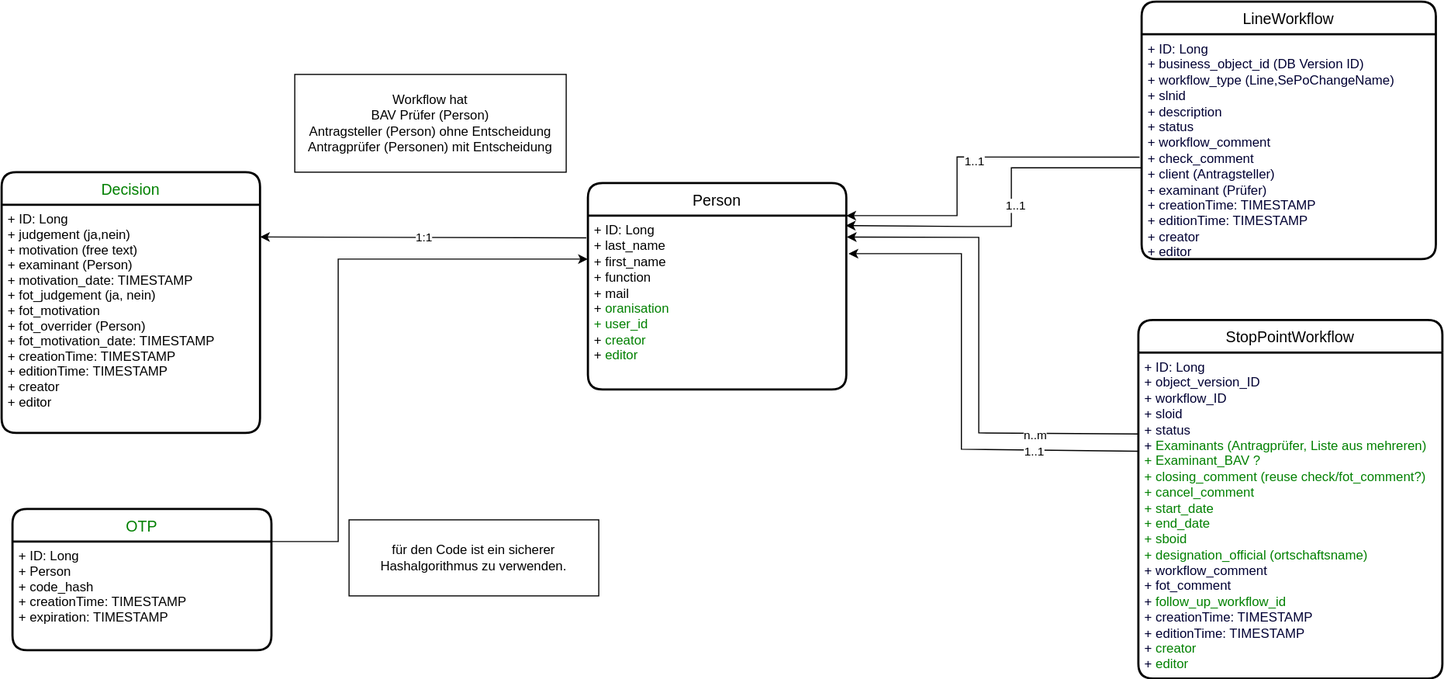
The draw.io diagram workflow/documentation/workflow-service-db.drawio.svg in SchweizerischeBundesbahnen/atlas, before a commit. Source tidied: cells renumbered, new cells last; positions are measured from the earlier drawing's top-left corner, leaving out a move shared by most shapes.
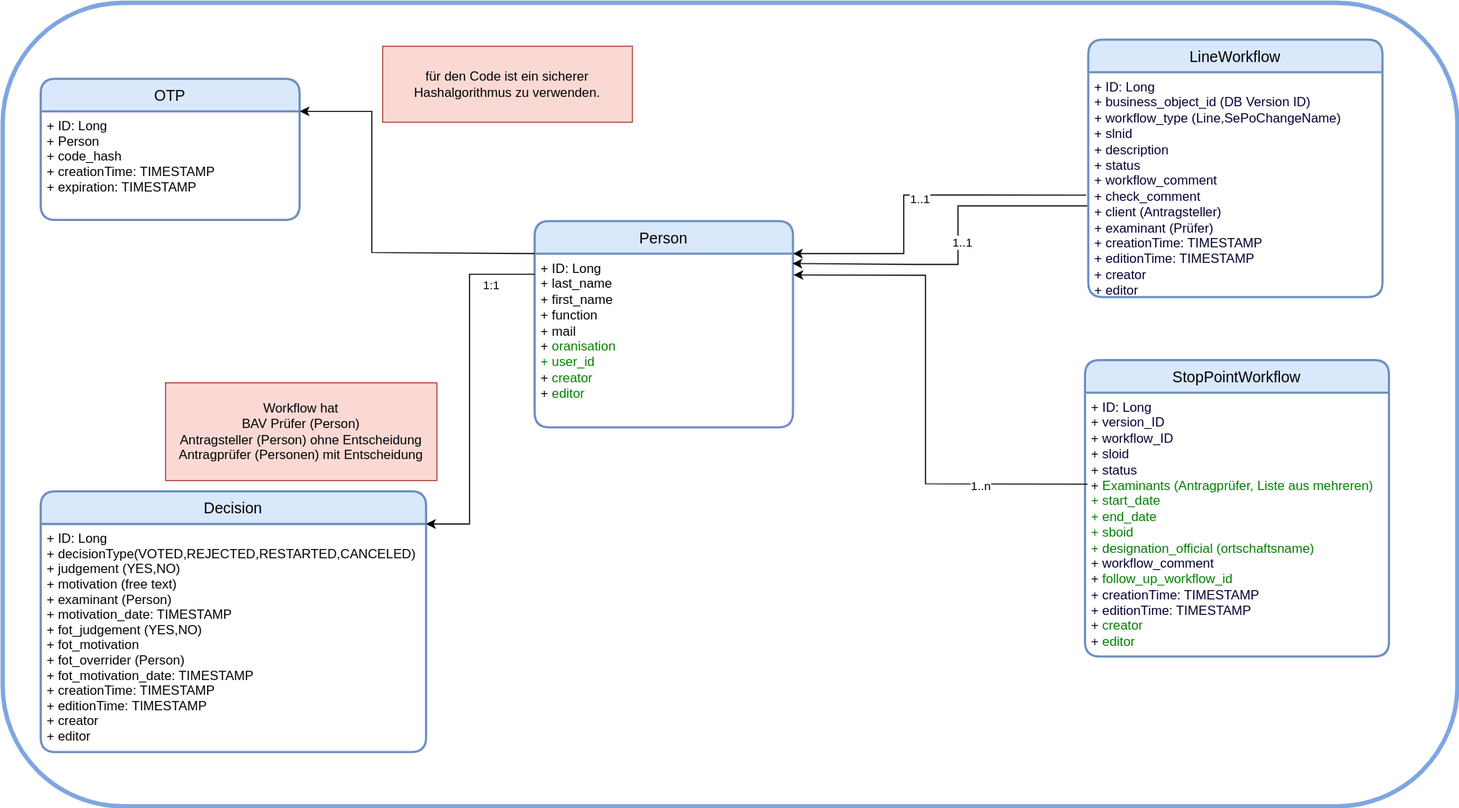
The same diagram one commit later.

Diff of the diagram source:
```diff
@@ -2,98 +2,95 @@
   <root>
     <mxCell id="0" />
     <mxCell id="1" parent="0" />
+    <mxCell id="24" style="rounded=1;whiteSpace=wrap;html=1;fillColor=none;strokeColor=#7EA6E0;strokeWidth=4;" parent="1" vertex="1">
+      <mxGeometry x="60" y="-24" width="1340" height="740" as="geometry" />
+    </mxCell>
-    <mxCell id="2" value="StopPointWorkflow" style="swimlane;horizontal=1;startSize=30;rounded=1;fontSize=14;fontStyle=0;strokeWidth=2;shadow=0;dashed=0;align=center;" parent="1" vertex="1">
-      <mxGeometry x="1047" y="293" width="280" height="330" as="geometry" />
+    <mxCell id="2" value="StopPointWorkflow" style="swimlane;horizontal=1;startSize=30;rounded=1;fontSize=14;fontStyle=0;strokeWidth=2;shadow=0;dashed=0;align=center;fillColor=#dae8fc;strokeColor=#6c8ebf;" parent="1" vertex="1">
+      <mxGeometry x="1057" y="305" width="280" height="273" as="geometry" />
     </mxCell>
-    <mxCell id="3" value="+ ID: Long&lt;div&gt;+ object_version_ID&lt;br&gt;+ workflow_ID&lt;/div&gt;&lt;div&gt;+ sloid&lt;br&gt;+ status&lt;br&gt;&lt;div&gt;+ &lt;font color=&quot;#008000&quot;&gt;Examinants (Antragprüfer, Liste aus mehreren)&lt;/font&gt;&lt;/div&gt;&lt;div&gt;&lt;font color=&quot;#008000&quot;&gt;+ Examinant_BAV ?&lt;/font&gt;&lt;/div&gt;&lt;div&gt;&lt;font color=&quot;#008000&quot;&gt;+ closing_comment (reuse check/fot_comment?)&lt;br&gt;&lt;/font&gt;&lt;div&gt;&lt;font color=&quot;#008000&quot;&gt;+ cancel_comment&lt;/font&gt;&lt;/div&gt;&lt;font color=&quot;#008000&quot;&gt;+ start_date&lt;/font&gt;&lt;font color=&quot;#008000&quot;&gt;&lt;br&gt;&lt;/font&gt;&lt;div&gt;&lt;font color=&quot;#008000&quot;&gt;+ end_date&lt;/font&gt;&lt;font color=&quot;#008000&quot;&gt;&lt;br&gt;&lt;/font&gt;&lt;div&gt;&lt;font color=&quot;#008000&quot;&gt;+ sboid&lt;/font&gt;&lt;/div&gt;&lt;/div&gt;&lt;/div&gt;&lt;div&gt;&lt;font color=&quot;#008000&quot;&gt;+ designation_official (ortschaftsname)&lt;/font&gt;&lt;/div&gt;+ workflow_comment&lt;br&gt;&lt;div&gt;+ fot_comment&lt;/div&gt;&lt;div&gt;+ &lt;font color=&quot;#008000&quot;&gt;follow_up_workflow_id&lt;/font&gt;&lt;br&gt;&lt;/div&gt;+ creationTime: TIMESTAMP&lt;br&gt;+ editionTime: TIMESTAMP&lt;br&gt;+ &lt;font color=&quot;#008000&quot; style=&quot;font-size: 12px;&quot;&gt;creator&lt;/font&gt;&lt;br&gt;+ &lt;font color=&quot;#008000&quot;&gt;editor&lt;/font&gt;&lt;/div&gt;" style="align=left;strokeColor=none;fillColor=none;spacingLeft=4;fontSize=12;verticalAlign=top;fontColor=#000033;html=1;" parent="2" vertex="1">
-      <mxGeometry y="30" width="280" height="300" as="geometry" />
-    </mxCell>
+    <mxCell id="25" value="+ ID: Long&lt;div&gt;+ version_ID&lt;br&gt;+ workflow_ID&lt;/div&gt;&lt;div&gt;+ sloid&lt;br&gt;+ status&lt;br&gt;&lt;div&gt;+ &lt;font color=&quot;#008000&quot;&gt;Examinants (Antragprüfer, Liste aus mehreren)&lt;/font&gt;&lt;/div&gt;&lt;div&gt;&lt;font color=&quot;#008000&quot;&gt;+ start_date&lt;/font&gt;&lt;font color=&quot;#008000&quot;&gt;&lt;br&gt;&lt;/font&gt;&lt;div&gt;&lt;font color=&quot;#008000&quot;&gt;+ end_date&lt;/font&gt;&lt;font color=&quot;#008000&quot;&gt;&lt;br&gt;&lt;/font&gt;&lt;div&gt;&lt;font color=&quot;#008000&quot;&gt;+ sboid&lt;/font&gt;&lt;/div&gt;&lt;/div&gt;&lt;/div&gt;&lt;div&gt;&lt;font color=&quot;#008000&quot;&gt;+ designation_official (ortschaftsname)&lt;/font&gt;&lt;/div&gt;+ workflow_comment&lt;div&gt;+ &lt;font color=&quot;#008000&quot;&gt;follow_up_workflow_id&lt;/font&gt;&lt;br&gt;&lt;/div&gt;+ creationTime: TIMESTAMP&lt;br&gt;+ editionTime: TIMESTAMP&lt;br&gt;+ &lt;font color=&quot;#008000&quot; style=&quot;font-size: 12px;&quot;&gt;creator&lt;/font&gt;&lt;br&gt;+ &lt;font color=&quot;#008000&quot;&gt;editor&lt;/font&gt;&lt;/div&gt;" style="align=left;strokeColor=none;fillColor=none;spacingLeft=4;fontSize=12;verticalAlign=top;fontColor=#000033;html=1;" parent="2" vertex="1">
+      <mxGeometry y="30" width="280" height="243" as="geometry" />
+    </mxCell>
-    <mxCell id="4" value="Person" style="swimlane;horizontal=1;startSize=30;rounded=1;fontSize=14;fontStyle=0;strokeWidth=2;shadow=0;dashed=0;align=center;" parent="1" vertex="1">
-      <mxGeometry x="540" y="167" width="238" height="190" as="geometry" />
+    <mxCell id="4" value="Person" style="swimlane;horizontal=1;startSize=30;rounded=1;fontSize=14;fontStyle=0;strokeWidth=2;shadow=0;dashed=0;align=center;fillColor=#dae8fc;strokeColor=#6c8ebf;" parent="1" vertex="1">
+      <mxGeometry x="550" y="177" width="238" height="190" as="geometry" />
     </mxCell>
     <mxCell id="5" value="+ ID: Long&lt;br&gt;+ last_name&lt;br&gt;+ first_name&lt;br&gt;+ function&lt;br&gt;+ mail&lt;br&gt;&lt;div&gt;+ &lt;font color=&quot;#008000&quot;&gt;oranisation&lt;/font&gt;&lt;/div&gt;&lt;div&gt;&lt;font color=&quot;#008000&quot;&gt;+ user_id&lt;br&gt;&lt;/font&gt;&lt;/div&gt;&lt;div&gt;+ &lt;font color=&quot;#008000&quot; style=&quot;font-size: 12px;&quot;&gt;creator&lt;/font&gt;&lt;br&gt;+ &lt;font color=&quot;#008000&quot;&gt;editor&lt;/font&gt;&lt;/div&gt;" style="align=left;strokeColor=none;fillColor=none;spacingLeft=4;fontSize=12;verticalAlign=top;fontColor=#000000;html=1;" parent="4" vertex="1">
       <mxGeometry y="30" width="238" height="160" as="geometry" />
     </mxCell>
-    <mxCell id="6" value="Decision" style="swimlane;horizontal=1;startSize=30;rounded=1;fontSize=14;fontStyle=0;strokeWidth=2;shadow=0;dashed=0;align=center;fontColor=#008000;" parent="1" vertex="1">
-      <mxGeometry y="157" width="238" height="240" as="geometry" />
+    <mxCell id="6" value="Decision" style="swimlane;horizontal=1;startSize=30;rounded=1;fontSize=14;fontStyle=0;strokeWidth=2;shadow=0;dashed=0;align=center;fillColor=#dae8fc;strokeColor=#6c8ebf;" parent="1" vertex="1">
+      <mxGeometry x="95" y="426" width="355" height="240" as="geometry" />
     </mxCell>
-    <mxCell id="7" value="+ ID: Long&#10;+ judgement (ja,nein)&#10;+ motivation (free text)&#10;+ examinant (Person)&#10;+ motivation_date: TIMESTAMP&#10;+ fot_judgement (ja, nein)&#10;+ fot_motivation&#10;+ fot_overrider (Person)&#10;+ fot_motivation_date: TIMESTAMP&#10;+ creationTime: TIMESTAMP&#10;+ editionTime: TIMESTAMP&#10;+ creator&#10;+ editor&#10;" style="align=left;strokeColor=none;fillColor=none;spacingLeft=4;fontSize=12;verticalAlign=top;" parent="6" vertex="1">
-      <mxGeometry y="30" width="238" height="210" as="geometry" />
-    </mxCell>
+    <mxCell id="26" value="+ ID: Long&#10;+ decisionType(VOTED,REJECTED,RESTARTED,CANCELED)&#10;+ judgement (YES,NO)&#10;+ motivation (free text)&#10;+ examinant (Person)&#10;+ motivation_date: TIMESTAMP&#10;+ fot_judgement (YES,NO)&#10;+ fot_motivation&#10;+ fot_overrider (Person)&#10;+ fot_motivation_date: TIMESTAMP&#10;+ creationTime: TIMESTAMP&#10;+ editionTime: TIMESTAMP&#10;+ creator&#10;+ editor&#10;" style="align=left;strokeColor=none;fillColor=none;spacingLeft=4;fontSize=12;verticalAlign=top;" parent="6" vertex="1">
+      <mxGeometry y="30" width="355" height="210" as="geometry" />
+    </mxCell>
-    <mxCell id="8" value="OTP" style="swimlane;horizontal=1;startSize=30;rounded=1;fontSize=14;fontStyle=0;strokeWidth=2;shadow=0;dashed=0;align=center;fontColor=#008000;" parent="1" vertex="1">
-      <mxGeometry x="10" y="467" width="238.5" height="130" as="geometry" />
+    <mxCell id="8" value="OTP" style="swimlane;horizontal=1;startSize=30;rounded=1;fontSize=14;fontStyle=0;strokeWidth=2;shadow=0;dashed=0;align=center;fillColor=#dae8fc;strokeColor=#6c8ebf;" parent="1" vertex="1">
+      <mxGeometry x="95" y="46" width="238.5" height="130" as="geometry" />
     </mxCell>
     <mxCell id="9" value="+ ID: Long&#10;+ Person&#10;+ code_hash&#10;+ creationTime: TIMESTAMP&#10;+ expiration: TIMESTAMP&#10;" style="align=left;strokeColor=none;fillColor=none;spacingLeft=4;fontSize=12;verticalAlign=top;" parent="8" vertex="1">
       <mxGeometry y="30" width="238.5" height="100" as="geometry" />
     </mxCell>
-    <mxCell id="10" value="&lt;div&gt;1:1&lt;/div&gt;" style="endArrow=classic;html=1;rounded=0;exitX=-0.006;exitY=0.128;exitDx=0;exitDy=0;exitPerimeter=0;entryX=1;entryY=0.141;entryDx=0;entryDy=0;entryPerimeter=0;" parent="1" edge="1" source="5" target="7">
-      <mxGeometry relative="1" as="geometry" />
+    <mxCell id="10" value="&lt;div&gt;1:1&lt;/div&gt;" style="endArrow=classic;html=1;rounded=0;entryX=1;entryY=0;entryDx=0;entryDy=0;" parent="1" edge="1" target="26">
+      <mxGeometry x="-0.76" y="10" relative="1" as="geometry">
+        <mxPoint x="550" y="226" as="sourcePoint" />
+        <Array as="points">
+          <mxPoint x="490" y="226" />
+          <mxPoint x="490" y="456" />
+        </Array>
+      </mxGeometry>
     </mxCell>
-    <mxCell id="11" style="endArrow=classic;html=1;rounded=0;exitX=1;exitY=0;exitDx=0;exitDy=0;entryX=0;entryY=0.25;entryDx=0;entryDy=0;" parent="1" edge="1" source="9" target="5">
+    <mxCell id="11" style="endArrow=none;html=1;rounded=0;exitX=1;exitY=0;exitDx=0;exitDy=0;entryX=0;entryY=0;entryDx=0;entryDy=0;endFill=0;startArrow=classic;startFill=1;" parent="1" edge="1" source="9" target="5">
       <mxGeometry relative="1" as="geometry">
         <Array as="points">
-          <mxPoint x="310" y="497" />
-          <mxPoint x="310" y="237" />
+          <mxPoint x="400" y="76" />
+          <mxPoint x="400" y="206" />
         </Array>
       </mxGeometry>
     </mxCell>
-    <mxCell id="12" value="&lt;div&gt;Workflow hat&lt;/div&gt;&lt;div&gt;BAV Prüfer (Person)&lt;/div&gt;&lt;div&gt;Antragsteller (Person) ohne Entscheidung&lt;/div&gt;&lt;div&gt;Antragprüfer (Personen) mit Entscheidung&lt;br&gt;&lt;/div&gt;" style="rounded=0;whiteSpace=wrap;html=1;" parent="1" vertex="1">
-      <mxGeometry x="270" y="67" width="250" height="90" as="geometry" />
+    <mxCell id="12" value="&lt;div&gt;Workflow hat&lt;/div&gt;&lt;div&gt;BAV Prüfer (Person)&lt;/div&gt;&lt;div&gt;Antragsteller (Person) ohne Entscheidung&lt;/div&gt;&lt;div&gt;Antragprüfer (Personen) mit Entscheidung&lt;br&gt;&lt;/div&gt;" style="rounded=0;whiteSpace=wrap;html=1;fillColor=#fad9d5;strokeColor=#ae4132;" parent="1" vertex="1">
+      <mxGeometry x="210" y="326" width="250" height="90" as="geometry" />
     </mxCell>
-    <mxCell id="13" value="für den Code ist ein sicherer Hashalgorithmus zu verwenden." style="rounded=0;whiteSpace=wrap;html=1;" parent="1" vertex="1">
-      <mxGeometry x="320" y="477" width="230" height="70" as="geometry" />
+    <mxCell id="13" value="für den Code ist ein sicherer Hashalgorithmus zu verwenden." style="rounded=0;whiteSpace=wrap;html=1;fillColor=#fad9d5;strokeColor=#ae4132;" parent="1" vertex="1">
+      <mxGeometry x="410" y="16" width="230" height="70" as="geometry" />
     </mxCell>
-    <mxCell id="14" style="endArrow=classic;html=1;rounded=0;exitX=-0.007;exitY=0.561;exitDx=0;exitDy=0;exitPerimeter=0;entryX=1;entryY=0;entryDx=0;entryDy=0;" parent="1" edge="1" target="5">
-      <mxGeometry relative="1" as="geometry">
-        <mxPoint x="1048.1" y="143.1" as="sourcePoint" />
-        <Array as="points">
-          <mxPoint x="880" y="143" />
-          <mxPoint x="880" y="197" />
-        </Array>
-      </mxGeometry>
-    </mxCell>
-    <mxCell id="15" value="1..1" style="edgeLabel;html=1;align=center;verticalAlign=middle;" parent="14" vertex="1">
-      <mxGeometry x="-0.06" y="3" relative="1" as="geometry" />
-    </mxCell>
-    <mxCell id="16" style="endArrow=classic;html=1;rounded=0;entryX=0.998;entryY=0.057;entryDx=0;entryDy=0;entryPerimeter=0;" parent="1" edge="1" target="5">
-      <mxGeometry relative="1" as="geometry">
-        <mxPoint x="1050" y="153" as="sourcePoint" />
-        <Array as="points">
-          <mxPoint x="970" y="153" />
-          <mxPoint x="930" y="153" />
-          <mxPoint x="930" y="207" />
-          <mxPoint x="890" y="207" />
-        </Array>
-      </mxGeometry>
-    </mxCell>
-    <mxCell id="17" value="1..1" style="edgeLabel;html=1;align=center;verticalAlign=middle;" parent="16" vertex="1">
-      <mxGeometry x="-0.06" y="3" relative="1" as="geometry" />
-    </mxCell>
-    <mxCell id="18" style="endArrow=classic;html=1;rounded=0;exitX=0;exitY=0.25;exitDx=0;exitDy=0;entryX=1.002;entryY=0.123;entryDx=0;entryDy=0;entryPerimeter=0;" parent="1" edge="1" source="3" target="5">
-      <mxGeometry relative="1" as="geometry">
-        <Array as="points">
-          <mxPoint x="900" y="397" />
-          <mxPoint x="900" y="217" />
-        </Array>
-      </mxGeometry>
-    </mxCell>
-    <mxCell id="19" value="n..m" style="edgeLabel;html=1;align=center;verticalAlign=middle;" parent="18" vertex="1">
-      <mxGeometry x="-0.57" y="1" relative="1" as="geometry" />
-    </mxCell>
-    <mxCell id="20" style="endArrow=classic;html=1;rounded=0;exitX=-0.002;exitY=0.303;exitDx=0;exitDy=0;exitPerimeter=0;" parent="1" edge="1" source="3">
-      <mxGeometry relative="1" as="geometry">
-        <mxPoint x="780" y="232" as="targetPoint" />
-        <Array as="points">
-          <mxPoint x="884" y="412" />
-          <mxPoint x="884" y="232" />
-        </Array>
-      </mxGeometry>
-    </mxCell>
-    <mxCell id="21" value="1..1" style="edgeLabel;html=1;align=center;verticalAlign=middle;" parent="20" vertex="1">
-      <mxGeometry x="-0.57" y="1" relative="1" as="geometry" />
-    </mxCell>
+    <mxCell id="27" style="endArrow=classic;html=1;rounded=0;exitX=-0.007;exitY=0.561;exitDx=0;exitDy=0;exitPerimeter=0;entryX=1;entryY=0;entryDx=0;entryDy=0;" parent="1" edge="1" target="5">
+      <mxGeometry relative="1" as="geometry">
+        <mxPoint x="1058.1" y="153.1" as="sourcePoint" />
+        <Array as="points">
+          <mxPoint x="890" y="153" />
+          <mxPoint x="890" y="207" />
+        </Array>
+      </mxGeometry>
+    </mxCell>
+    <mxCell id="28" value="1..1" style="edgeLabel;html=1;align=center;verticalAlign=middle;" parent="27" vertex="1">
+      <mxGeometry x="-0.06" y="3" relative="1" as="geometry" />
+    </mxCell>
+    <mxCell id="29" style="endArrow=classic;html=1;rounded=0;entryX=0.998;entryY=0.057;entryDx=0;entryDy=0;entryPerimeter=0;" parent="1" edge="1" target="5">
+      <mxGeometry relative="1" as="geometry">
+        <mxPoint x="1060" y="163" as="sourcePoint" />
+        <Array as="points">
+          <mxPoint x="980" y="163" />
+          <mxPoint x="940" y="163" />
+          <mxPoint x="940" y="217" />
+          <mxPoint x="900" y="217" />
+        </Array>
+      </mxGeometry>
+    </mxCell>
+    <mxCell id="30" value="1..1" style="edgeLabel;html=1;align=center;verticalAlign=middle;" parent="29" vertex="1">
+      <mxGeometry x="-0.06" y="3" relative="1" as="geometry" />
+    </mxCell>
+    <mxCell id="31" style="endArrow=classic;html=1;rounded=0;exitX=0.008;exitY=0.347;exitDx=0;exitDy=0;entryX=1.002;entryY=0.123;entryDx=0;entryDy=0;entryPerimeter=0;exitPerimeter=0;" parent="1" edge="1" source="25" target="5">
+      <mxGeometry relative="1" as="geometry">
+        <Array as="points">
+          <mxPoint x="910" y="419" />
+          <mxPoint x="910" y="227" />
+        </Array>
+      </mxGeometry>
+    </mxCell>
+    <mxCell id="32" value="1..n" style="edgeLabel;html=1;align=center;verticalAlign=middle;" parent="31" vertex="1">
+      <mxGeometry x="-0.57" y="1" relative="1" as="geometry" />
+    </mxCell>
-    <mxCell id="22" value="LineWorkflow" style="swimlane;horizontal=1;startSize=30;rounded=1;fontSize=14;fontStyle=0;strokeWidth=2;shadow=0;dashed=0;align=center;" parent="1" vertex="1">
-      <mxGeometry x="1050" width="271" height="237" as="geometry" />
+    <mxCell id="22" value="LineWorkflow" style="swimlane;horizontal=1;startSize=30;rounded=1;fontSize=14;fontStyle=0;strokeWidth=2;shadow=0;dashed=0;align=center;fillColor=#dae8fc;strokeColor=#6c8ebf;" parent="1" vertex="1">
+      <mxGeometry x="1060" y="10" width="271" height="237" as="geometry" />
     </mxCell>
     <mxCell id="23" value="+ ID: Long&lt;br&gt;+ business_object_id (DB Version ID)&lt;br&gt;+ workflow_type (Line,SePoChangeName)&lt;br&gt;+ slnid&lt;br&gt;+ description&lt;br&gt;+ status&lt;div&gt;+ workflow_comment&lt;br&gt;&lt;/div&gt;&lt;div&gt;+&amp;nbsp;&lt;span style=&quot;background-color: initial;&quot;&gt;check_comment&lt;/span&gt;&lt;/div&gt;&lt;div&gt;+ client (Antragsteller)&lt;/div&gt;&lt;div&gt;+ examinant (Prüfer)&lt;/div&gt;&lt;div&gt;+ creationTime: TIMESTAMP&lt;br&gt;+ editionTime: TIMESTAMP&lt;/div&gt;&lt;div&gt;+ creator&lt;/div&gt;&lt;div&gt;+ editor&lt;br&gt;&lt;div&gt;&lt;br&gt;&lt;/div&gt;&lt;/div&gt;" style="align=left;strokeColor=none;fillColor=none;spacingLeft=4;fontSize=12;verticalAlign=top;fontColor=#000033;html=1;" parent="22" vertex="1">
       <mxGeometry y="30" width="271" height="207" as="geometry" />
```
